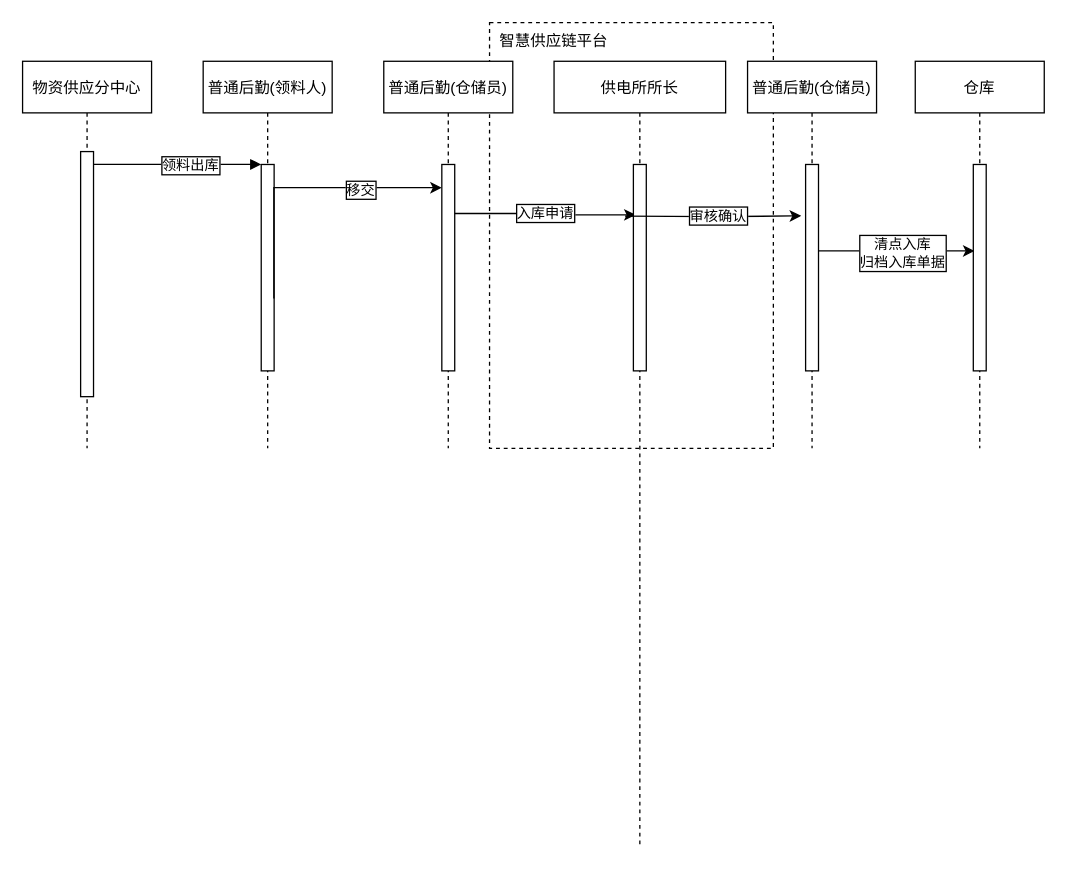
This is 入库流程图.drawio from KongValley/Bilibili-desc, a draw.io file, before an edit. Source tidied: cells renumbered, new cells numbered last; positions are measured from the earlier drawing's top-left corner, leaving out a move shared by most shapes. Both pictures are drawn from the tidied source at 129%, with x=0, y=0 at pixel (22, 22).
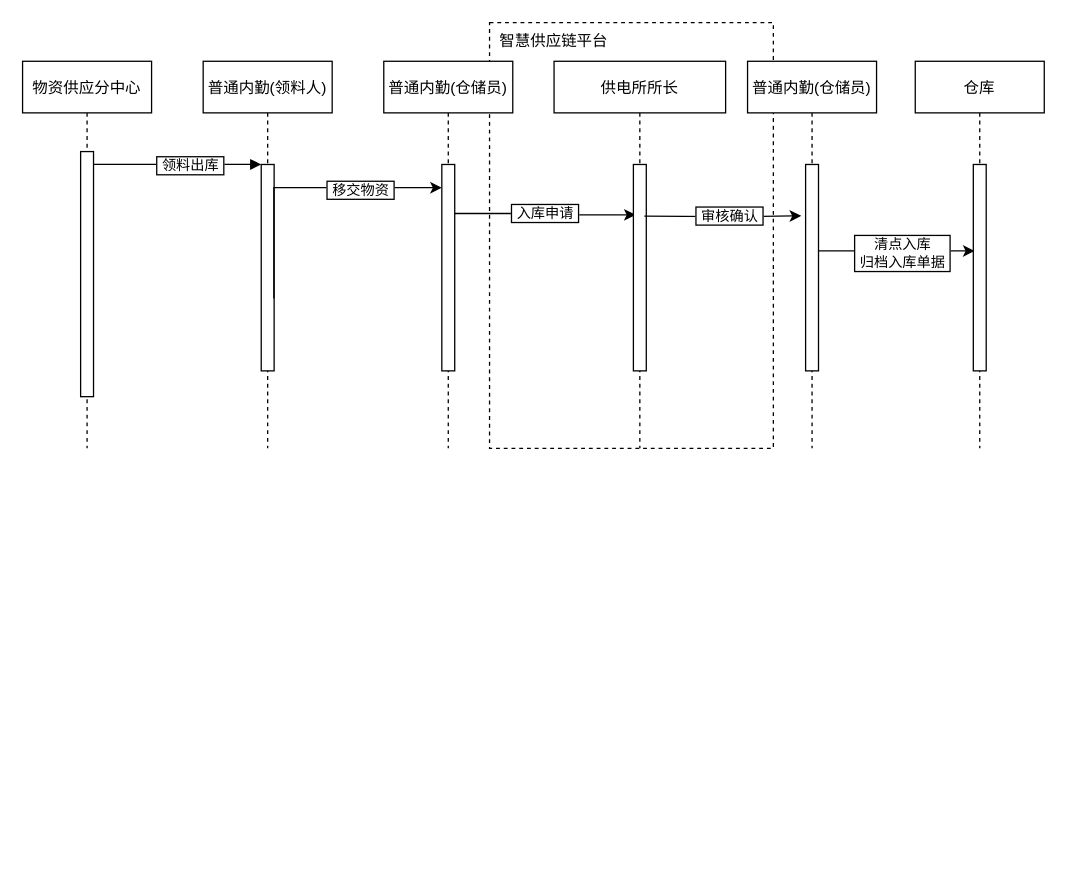
Above is the later version.

Commit message:
更新入库流程图.drawio

Unchanged cells that the change refers to:
```xml
<mxCell id="9" style="verticalAlign=bottom;endArrow=block;entryX=0;entryY=0;shadow=0;strokeWidth=1;" parent="1" edge="1" source="6" target="8">
  <mxGeometry relative="1" as="geometry" />
</mxCell>
<mxCell id="11" style="edgeStyle=orthogonalEdgeStyle;rounded=0;jettySize=auto;html=1;entryX=0.18;entryY=0.244;entryDx=0;entryDy=0;entryPerimeter=0;" parent="1" edge="1" target="18">
  <mxGeometry relative="1" as="geometry">
    <mxPoint x="329.5" y="148" as="sourcePoint" />
    <Array as="points">
      <mxPoint x="400" y="148" />
    </Array>
  </mxGeometry>
</mxCell>
<mxCell id="14" style="edgeStyle=orthogonalEdgeStyle;rounded=0;jettySize=auto;html=1;exitX=0.98;exitY=0.649;exitDx=0;exitDy=0;exitPerimeter=0;" parent="13" edge="1" source="8">
  <mxGeometry relative="1" as="geometry">
    <mxPoint x="45" y="98" as="targetPoint" />
    <Array as="points">
      <mxPoint x="-85" y="98" />
    </Array>
  </mxGeometry>
</mxCell>
<mxCell id="21" style="edgeStyle=orthogonalEdgeStyle;rounded=0;jettySize=auto;html=1;entryX=0.1;entryY=0.419;entryDx=0;entryDy=0;entryPerimeter=0;" parent="1" edge="1" source="23" target="26">
  <mxGeometry relative="1" as="geometry">
    <Array as="points">
      <mxPoint x="622" y="177" />
      <mxPoint x="622" y="177" />
    </Array>
  </mxGeometry>
</mxCell>
<mxCell id="24" style="points=[];perimeter=orthogonalPerimeter;rounded=0;shadow=0;strokeWidth=1;" parent="23" vertex="1">
  <mxGeometry x="45" y="80" width="10" height="160" as="geometry" />
</mxCell>
```

Diff of the diagram source:
```diff
@@
-    <mxCell id="7" value="普通后勤(领料人)" style="shape=umlLifeline;perimeter=lifelinePerimeter;rounded=0;shadow=0;strokeWidth=1;" parent="1" vertex="1">
+    <mxCell id="7" value="普通内勤(领料人)" style="shape=umlLifeline;perimeter=lifelinePerimeter;rounded=0;shadow=0;strokeWidth=1;" parent="1" vertex="1">
       <mxGeometry x="140" y="30" width="100" height="300" as="geometry" />
     </mxCell>
@@
-    <mxCell id="10" value="领料出库" style="edgeLabel;html=1;align=center;verticalAlign=middle;labelBorderColor=default;" parent="9" vertex="1">
+    <mxCell id="10" value="&amp;nbsp;领料出库&amp;nbsp;" style="edgeLabel;html=1;align=center;verticalAlign=middle;labelBorderColor=default;" parent="9" vertex="1">
       <mxGeometry x="0.14" relative="1" as="geometry" />
     </mxCell>
@@
-    <mxCell id="12" value="入库申请" style="edgeLabel;html=1;align=center;verticalAlign=middle;labelBorderColor=default;" parent="11" vertex="1">
+    <mxCell id="12" value="&amp;nbsp;入库申请&amp;nbsp;" style="edgeLabel;html=1;align=center;verticalAlign=middle;labelBorderColor=default;" parent="11" vertex="1">
       <mxGeometry x="-0.14" y="1" relative="1" as="geometry">
         <mxPoint x="12" as="offset" />
       </mxGeometry>
     </mxCell>
-    <mxCell id="13" value="普通后勤(仓储员)" style="shape=umlLifeline;perimeter=lifelinePerimeter;rounded=0;shadow=0;strokeWidth=1;" parent="1" vertex="1">
+    <mxCell id="13" value="普通内勤(仓储员)" style="shape=umlLifeline;perimeter=lifelinePerimeter;rounded=0;shadow=0;strokeWidth=1;" parent="1" vertex="1">
       <mxGeometry x="280" y="30" width="100" height="300" as="geometry" />
     </mxCell>
@@
-    <mxCell id="15" value="移交" style="edgeLabel;html=1;align=center;verticalAlign=middle;labelBorderColor=default;" parent="14" vertex="1">
+    <mxCell id="15" value="&amp;nbsp;移交物资&amp;nbsp;" style="edgeLabel;html=1;align=center;verticalAlign=middle;labelBorderColor=default;" parent="14" vertex="1">
       <mxGeometry x="0.26" y="-1" relative="1" as="geometry">
         <mxPoint x="17" as="offset" />
       </mxGeometry>
     </mxCell>
@@
     <mxCell id="17" value="供电所所长" style="shape=umlLifeline;perimeter=lifelinePerimeter;rounded=0;shadow=0;strokeWidth=1;" parent="1" vertex="1">
-      <mxGeometry x="412" y="30" width="133" height="610" as="geometry" />
+      <mxGeometry x="412" y="30" width="133" height="300" as="geometry" />
     </mxCell>
@@
     <mxCell id="19" style="edgeStyle=orthogonalEdgeStyle;rounded=0;jettySize=auto;html=1;entryX=-0.34;entryY=0.249;entryDx=0;entryDy=0;entryPerimeter=0;" parent="17" edge="1" target="24">
       <mxGeometry relative="1" as="geometry">
-        <mxPoint x="55" y="120" as="sourcePoint" />
+        <mxPoint x="70" y="120" as="sourcePoint" />
       </mxGeometry>
     </mxCell>
-    <mxCell id="20" value="审核确认" style="edgeLabel;html=1;align=center;verticalAlign=middle;labelBorderColor=default;" parent="19" vertex="1">
+    <mxCell id="20" value="&amp;nbsp;审核确认&amp;nbsp;" style="edgeLabel;html=1;align=center;verticalAlign=middle;labelBorderColor=default;" parent="19" vertex="1">
       <mxGeometry x="-0.14" y="1" relative="1" as="geometry">
         <mxPoint x="12" as="offset" />
       </mxGeometry>
     </mxCell>
@@
-    <mxCell id="22" value="清点入库&lt;br&gt;归档入库单据" style="edgeLabel;html=1;align=center;verticalAlign=middle;labelBorderColor=default;" parent="21" vertex="1">
+    <mxCell id="22" value="清点入库&lt;br&gt;&amp;nbsp;归档入库单据&amp;nbsp;" style="edgeLabel;html=1;align=center;verticalAlign=middle;labelBorderColor=default;" parent="21" vertex="1">
       <mxGeometry x="0.32" y="-1" relative="1" as="geometry">
         <mxPoint x="-13" as="offset" />
       </mxGeometry>
     </mxCell>
-    <mxCell id="23" value="普通后勤(仓储员)" style="shape=umlLifeline;perimeter=lifelinePerimeter;rounded=0;shadow=0;strokeWidth=1;" parent="1" vertex="1">
+    <mxCell id="23" value="普通内勤(仓储员)" style="shape=umlLifeline;perimeter=lifelinePerimeter;rounded=0;shadow=0;strokeWidth=1;" parent="1" vertex="1">
       <mxGeometry x="562" y="30" width="100" height="300" as="geometry" />
     </mxCell>
```
